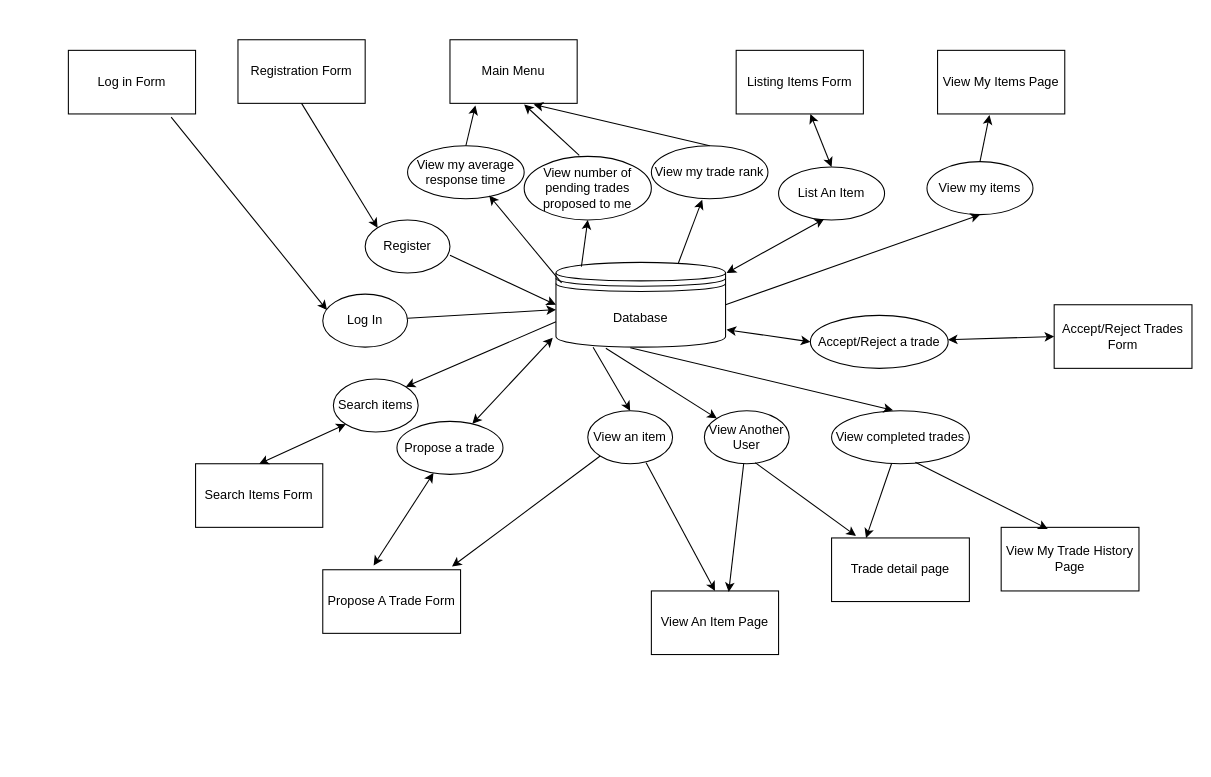
Earlier version of the draw.io diagram ifd.drawio (joshliuzh/cs6400). Source tidied: cells renumbered, new cells numbered last; positions are measured from the earlier drawing's top-left corner, leaving out a move shared by most shapes. Both pictures are drawn from the tidied source at 106%, with x=0, y=0 at pixel (68, 39).
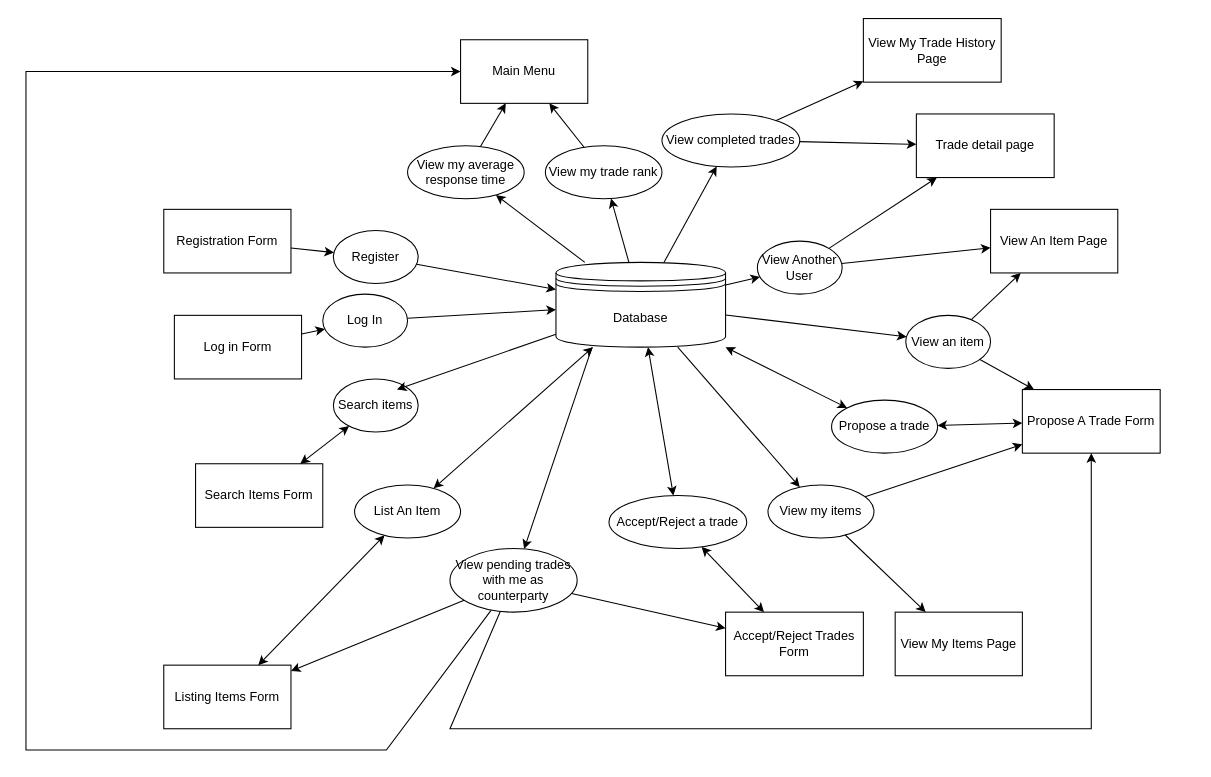
The same page after the edit.

The change refers to these unchanged cells:
```xml
<mxCell id="2" value="Database" style="shape=datastore;whiteSpace=wrap;html=1;" parent="1" vertex="1">
  <mxGeometry x="460" y="210" width="160" height="80" as="geometry" />
</mxCell>
<mxCell id="8" value="Search Items Form" style="rounded=0;whiteSpace=wrap;html=1;" parent="1" vertex="1">
  <mxGeometry x="120" y="400" width="120" height="60" as="geometry" />
</mxCell>
<mxCell id="14" value="Log In" style="ellipse;whiteSpace=wrap;html=1;" parent="1" vertex="1">
  <mxGeometry x="240" y="240" width="80" height="50" as="geometry" />
</mxCell>
<mxCell id="16" value="View my average response time" style="ellipse;whiteSpace=wrap;html=1;" parent="1" vertex="1">
  <mxGeometry x="320" y="100" width="110" height="50" as="geometry" />
</mxCell>
<mxCell id="32" value="Search items" style="ellipse;whiteSpace=wrap;html=1;" parent="1" vertex="1">
  <mxGeometry x="250" y="320" width="80" height="50" as="geometry" />
</mxCell>
```

What changed in the source:
```diff
@@
     <mxCell id="3" value="Log in Form" style="rounded=0;whiteSpace=wrap;html=1;" parent="1" vertex="1">
-      <mxGeometry y="10" width="120" height="60" as="geometry" />
+      <mxGeometry x="100" y="260" width="120" height="60" as="geometry" />
     </mxCell>
     <mxCell id="4" value="Registration Form" style="rounded=0;whiteSpace=wrap;html=1;" parent="1" vertex="1">
-      <mxGeometry x="160" width="120" height="60" as="geometry" />
+      <mxGeometry x="90" y="160" width="120" height="60" as="geometry" />
     </mxCell>
     <mxCell id="5" value="Main Menu" style="rounded=0;whiteSpace=wrap;html=1;" parent="1" vertex="1">
-      <mxGeometry x="360" width="120" height="60" as="geometry" />
+      <mxGeometry x="370" width="120" height="60" as="geometry" />
     </mxCell>
     <mxCell id="6" value="Listing Items Form" style="rounded=0;whiteSpace=wrap;html=1;" parent="1" vertex="1">
-      <mxGeometry x="630" y="10" width="120" height="60" as="geometry" />
+      <mxGeometry x="90" y="590" width="120" height="60" as="geometry" />
     </mxCell>
     <mxCell id="7" value="View My Items Page" style="rounded=0;whiteSpace=wrap;html=1;" parent="1" vertex="1">
-      <mxGeometry x="820" y="10" width="120" height="60" as="geometry" />
+      <mxGeometry x="780" y="540" width="120" height="60" as="geometry" />
     </mxCell>
@@
     <mxCell id="9" value="View An Item Page" style="rounded=0;whiteSpace=wrap;html=1;" parent="1" vertex="1">
-      <mxGeometry x="550" y="520" width="120" height="60" as="geometry" />
+      <mxGeometry x="870" y="160" width="120" height="60" as="geometry" />
     </mxCell>
     <mxCell id="10" value="Propose A Trade Form" style="rounded=0;whiteSpace=wrap;html=1;" parent="1" vertex="1">
-      <mxGeometry x="240" y="500" width="130" height="60" as="geometry" />
+      <mxGeometry x="900" y="330" width="130" height="60" as="geometry" />
     </mxCell>
     <mxCell id="11" value="Accept/Reject Trades Form" style="rounded=0;whiteSpace=wrap;html=1;" parent="1" vertex="1">
-      <mxGeometry x="930" y="250" width="130" height="60" as="geometry" />
+      <mxGeometry x="620" y="540" width="130" height="60" as="geometry" />
     </mxCell>
     <mxCell id="12" value="View My Trade History Page" style="rounded=0;whiteSpace=wrap;html=1;" parent="1" vertex="1">
-      <mxGeometry x="880" y="460" width="130" height="60" as="geometry" />
+      <mxGeometry x="750" y="-20" width="130" height="60" as="geometry" />
     </mxCell>
     <mxCell id="13" value="List An Item" style="ellipse;whiteSpace=wrap;html=1;" parent="1" vertex="1">
-      <mxGeometry x="670" y="120" width="100" height="50" as="geometry" />
+      <mxGeometry x="270" y="420" width="100" height="50" as="geometry" />
     </mxCell>
@@
     <mxCell id="15" value="Register" style="ellipse;whiteSpace=wrap;html=1;" parent="1" vertex="1">
-      <mxGeometry x="280" y="170" width="80" height="50" as="geometry" />
+      <mxGeometry x="250" y="180" width="80" height="50" as="geometry" />
     </mxCell>
@@
-    <mxCell id="17" value="View number of pending trades proposed to me" style="ellipse;whiteSpace=wrap;html=1;" parent="1" vertex="1">
-      <mxGeometry x="430" y="110" width="120" height="60" as="geometry" />
-    </mxCell>
     <mxCell id="18" value="View my trade rank" style="ellipse;whiteSpace=wrap;html=1;" parent="1" vertex="1">
-      <mxGeometry x="550" y="100" width="110" height="50" as="geometry" />
+      <mxGeometry x="450" y="100" width="110" height="50" as="geometry" />
     </mxCell>
-    <mxCell id="19" style="endArrow=classic;html=1;rounded=0;exitX=0.808;exitY=1.05;exitDx=0;exitDy=0;exitPerimeter=0;entryX=0.05;entryY=0.3;entryDx=0;entryDy=0;entryPerimeter=0;" parent="1" edge="1" source="3" target="14">
+    <mxCell id="19" style="endArrow=classic;html=1;rounded=0;" parent="1" edge="1" source="3" target="14">
       <mxGeometry relative="1" as="geometry" />
     </mxCell>
@@
-    <mxCell id="21" style="endArrow=classic;html=1;rounded=0;entryX=0;entryY=0.5;entryDx=0;entryDy=0;" parent="1" edge="1" target="2">
-      <mxGeometry relative="1" as="geometry">
-        <mxPoint x="360" y="203.4" as="sourcePoint" />
-      </mxGeometry>
+    <mxCell id="21" style="endArrow=classic;html=1;rounded=0;" parent="1" edge="1" source="15" target="2">
+      <mxGeometry relative="1" as="geometry" />
     </mxCell>
-    <mxCell id="22" style="endArrow=classic;html=1;rounded=0;entryX=0;entryY=0;entryDx=0;entryDy=0;exitX=0.5;exitY=1;exitDx=0;exitDy=0;" parent="1" edge="1" source="4" target="15">
+    <mxCell id="22" style="endArrow=classic;html=1;rounded=0;" parent="1" edge="1" source="4" target="15">
       <mxGeometry relative="1" as="geometry" />
     </mxCell>
-    <mxCell id="23" style="endArrow=classic;html=1;rounded=0;entryX=0.7;entryY=0.94;entryDx=0;entryDy=0;entryPerimeter=0;exitX=0.033;exitY=0.243;exitDx=0;exitDy=0;exitPerimeter=0;" parent="1" edge="1" source="2" target="16">
+    <mxCell id="23" style="endArrow=classic;html=1;rounded=0;" parent="1" edge="1" source="2" target="16">
       <mxGeometry relative="1" as="geometry" />
     </mxCell>
-    <mxCell id="24" style="endArrow=classic;html=1;rounded=0;entryX=0.5;entryY=1;entryDx=0;entryDy=0;exitX=0.15;exitY=0.05;exitDx=0;exitDy=0;exitPerimeter=0;" parent="1" edge="1" source="2" target="17">
-      <mxGeometry relative="1" as="geometry" />
-    </mxCell>
-    <mxCell id="25" style="endArrow=classic;html=1;rounded=0;entryX=0.436;entryY=1.02;entryDx=0;entryDy=0;exitX=0.722;exitY=0.007;exitDx=0;exitDy=0;exitPerimeter=0;entryPerimeter=0;" parent="1" edge="1" source="2" target="18">
+    <mxCell id="25" style="endArrow=classic;html=1;rounded=0;" parent="1" edge="1" source="2" target="18">
       <mxGeometry relative="1" as="geometry" />
     </mxCell>
-    <mxCell id="26" style="endArrow=classic;html=1;rounded=0;entryX=0.658;entryY=1.017;entryDx=0;entryDy=0;exitX=0.5;exitY=0;exitDx=0;exitDy=0;entryPerimeter=0;" parent="1" edge="1" source="18" target="5">
+    <mxCell id="26" style="endArrow=classic;html=1;rounded=0;" parent="1" edge="1" source="18" target="5">
       <mxGeometry relative="1" as="geometry" />
     </mxCell>
-    <mxCell id="27" style="endArrow=classic;html=1;rounded=0;exitX=0.433;exitY=-0.017;exitDx=0;exitDy=0;exitPerimeter=0;entryX=0.583;entryY=1.017;entryDx=0;entryDy=0;entryPerimeter=0;" parent="1" edge="1" source="17" target="5">
-      <mxGeometry relative="1" as="geometry" />
+    <mxCell id="27" style="endArrow=classic;html=1;rounded=0;" parent="1" edge="1" source="56" target="5">
+      <mxGeometry relative="1" as="geometry">
+        <Array as="points">
+          <mxPoint x="300" y="670" />
+          <mxPoint x="-40" y="670" />
+          <mxPoint x="-40" y="30" />
+        </Array>
+      </mxGeometry>
     </mxCell>
-    <mxCell id="28" style="endArrow=classic;html=1;rounded=0;exitX=0.5;exitY=0;exitDx=0;exitDy=0;entryX=0.2;entryY=1.033;entryDx=0;entryDy=0;entryPerimeter=0;" parent="1" edge="1" source="16" target="5">
+    <mxCell id="28" style="endArrow=classic;html=1;rounded=0;" parent="1" edge="1" source="16" target="5">
       <mxGeometry relative="1" as="geometry" />
     </mxCell>
     <mxCell id="29" value="View my items" style="ellipse;whiteSpace=wrap;html=1;" parent="1" vertex="1">
-      <mxGeometry x="810" y="115" width="100" height="50" as="geometry" />
+      <mxGeometry x="660" y="420" width="100" height="50" as="geometry" />
     </mxCell>
-    <mxCell id="30" style="endArrow=classic;html=1;rounded=0;entryX=0.5;entryY=1;entryDx=0;entryDy=0;exitX=1;exitY=0.5;exitDx=0;exitDy=0;" parent="1" edge="1" source="2" target="29">
+    <mxCell id="30" style="endArrow=classic;html=1;rounded=0;" parent="1" edge="1" source="2" target="29">
       <mxGeometry relative="1" as="geometry" />
     </mxCell>
-    <mxCell id="31" style="endArrow=classic;html=1;rounded=0;entryX=0.408;entryY=1.017;entryDx=0;entryDy=0;exitX=0.5;exitY=0;exitDx=0;exitDy=0;entryPerimeter=0;" parent="1" edge="1" source="29" target="7">
+    <mxCell id="31" style="endArrow=classic;html=1;rounded=0;" parent="1" edge="1" source="29" target="7">
       <mxGeometry relative="1" as="geometry" />
     </mxCell>
@@
-    <mxCell id="33" style="endArrow=classic;startArrow=classic;html=1;rounded=0;entryX=0;entryY=1;entryDx=0;entryDy=0;exitX=0.5;exitY=0;exitDx=0;exitDy=0;" parent="1" edge="1" source="8" target="32">
+    <mxCell id="33" style="endArrow=classic;startArrow=classic;html=1;rounded=0;" parent="1" edge="1" source="8" target="32">
       <mxGeometry relative="1" as="geometry" />
     </mxCell>
-    <mxCell id="34" style="endArrow=classic;html=1;rounded=0;entryX=1;entryY=0;entryDx=0;entryDy=0;exitX=0;exitY=0.7;exitDx=0;exitDy=0;" parent="1" edge="1" source="2" target="32">
-      <mxGeometry relative="1" as="geometry" />
+    <mxCell id="34" style="endArrow=classic;html=1;rounded=0;" parent="1" edge="1" source="2">
+      <mxGeometry relative="1" as="geometry">
+        <mxPoint x="310" y="330" as="targetPoint" />
+      </mxGeometry>
     </mxCell>
-    <mxCell id="35" style="endArrow=classic;startArrow=classic;html=1;rounded=0;exitX=0.5;exitY=0;exitDx=0;exitDy=0;" parent="1" edge="1" source="13">
-      <mxGeometry relative="1" as="geometry">
-        <mxPoint x="700" y="70" as="targetPoint" />
-      </mxGeometry>
+    <mxCell id="35" style="endArrow=classic;startArrow=classic;html=1;rounded=0;" parent="1" edge="1" source="13" target="6">
+      <mxGeometry relative="1" as="geometry" />
     </mxCell>
-    <mxCell id="36" style="endArrow=classic;startArrow=classic;html=1;rounded=0;exitX=1.006;exitY=0.125;exitDx=0;exitDy=0;entryX=0.43;entryY=0.98;entryDx=0;entryDy=0;entryPerimeter=0;exitPerimeter=0;" parent="1" edge="1" source="2" target="13">
+    <mxCell id="36" style="endArrow=classic;startArrow=classic;html=1;rounded=0;" parent="1" edge="1" source="2" target="13">
       <mxGeometry relative="1" as="geometry" />
     </mxCell>
     <mxCell id="37" value="View an item" style="ellipse;whiteSpace=wrap;html=1;" parent="1" vertex="1">
-      <mxGeometry x="490" y="350" width="80" height="50" as="geometry" />
+      <mxGeometry x="790" y="260" width="80" height="50" as="geometry" />
     </mxCell>
-    <mxCell id="38" style="endArrow=classic;html=1;rounded=0;entryX=0.5;entryY=0;entryDx=0;entryDy=0;exitX=0.219;exitY=1;exitDx=0;exitDy=0;exitPerimeter=0;" parent="1" edge="1" source="2" target="37">
+    <mxCell id="38" style="endArrow=classic;html=1;rounded=0;" parent="1" edge="1" source="2" target="37">
       <mxGeometry relative="1" as="geometry" />
     </mxCell>
-    <mxCell id="39" style="endArrow=classic;html=1;rounded=0;entryX=0.5;entryY=0;entryDx=0;entryDy=0;exitX=0.688;exitY=0.98;exitDx=0;exitDy=0;exitPerimeter=0;" parent="1" edge="1" source="37" target="9">
+    <mxCell id="39" style="endArrow=classic;html=1;rounded=0;" parent="1" edge="1" source="37" target="9">
       <mxGeometry relative="1" as="geometry" />
     </mxCell>
-    <mxCell id="40" style="endArrow=classic;startArrow=classic;html=1;rounded=0;entryX=-0.019;entryY=0.888;entryDx=0;entryDy=0;entryPerimeter=0;" parent="1" edge="1" source="41" target="2">
+    <mxCell id="40" style="endArrow=classic;startArrow=classic;html=1;rounded=0;" parent="1" edge="1" source="41" target="2">
       <mxGeometry relative="1" as="geometry" />
     </mxCell>
     <mxCell id="41" value="Propose a trade" style="ellipse;whiteSpace=wrap;html=1;" parent="1" vertex="1">
-      <mxGeometry x="310" y="360" width="100" height="50" as="geometry" />
+      <mxGeometry x="720" y="340" width="100" height="50" as="geometry" />
     </mxCell>
-    <mxCell id="42" style="endArrow=classic;startArrow=classic;html=1;rounded=0;entryX=0.369;entryY=-0.067;entryDx=0;entryDy=0;entryPerimeter=0;" parent="1" edge="1" source="41" target="10">
+    <mxCell id="42" style="endArrow=classic;startArrow=classic;html=1;rounded=0;" parent="1" edge="1" source="41" target="10">
       <mxGeometry relative="1" as="geometry" />
     </mxCell>
     <mxCell id="43" value="Accept/Reject a trade" style="ellipse;whiteSpace=wrap;html=1;" parent="1" vertex="1">
-      <mxGeometry x="700" y="260" width="130" height="50" as="geometry" />
+      <mxGeometry x="510" y="430" width="130" height="50" as="geometry" />
     </mxCell>
-    <mxCell id="44" style="endArrow=classic;startArrow=classic;html=1;rounded=0;exitX=0;exitY=0.5;exitDx=0;exitDy=0;" parent="1" edge="1" source="11" target="43">
+    <mxCell id="44" style="endArrow=classic;startArrow=classic;html=1;rounded=0;" parent="1" edge="1" source="11" target="43">
       <mxGeometry relative="1" as="geometry" />
     </mxCell>
     <mxCell id="45" value="View completed trades" style="ellipse;whiteSpace=wrap;html=1;" parent="1" vertex="1">
-      <mxGeometry x="720" y="350" width="130" height="50" as="geometry" />
+      <mxGeometry x="560" y="70" width="130" height="50" as="geometry" />
     </mxCell>
-    <mxCell id="46" style="endArrow=classic;startArrow=classic;html=1;rounded=0;entryX=1.006;entryY=0.794;entryDx=0;entryDy=0;exitX=0;exitY=0.5;exitDx=0;exitDy=0;entryPerimeter=0;" parent="1" edge="1" source="43" target="2">
+    <mxCell id="46" style="endArrow=classic;startArrow=classic;html=1;rounded=0;" parent="1" edge="1" source="43" target="2">
       <mxGeometry relative="1" as="geometry" />
     </mxCell>
     <mxCell id="47" value="Trade detail page" style="rounded=0;whiteSpace=wrap;html=1;" parent="1" vertex="1">
-      <mxGeometry x="720" y="470" width="130" height="60" as="geometry" />
+      <mxGeometry x="800" y="70" width="130" height="60" as="geometry" />
     </mxCell>
-    <mxCell id="48" style="endArrow=classic;html=1;rounded=0;exitX=0.438;exitY=1.006;exitDx=0;exitDy=0;entryX=0.446;entryY=-0.01;entryDx=0;entryDy=0;entryPerimeter=0;exitPerimeter=0;" parent="1" edge="1" source="2" target="45">
+    <mxCell id="48" style="endArrow=classic;html=1;rounded=0;" parent="1" edge="1" source="2" target="45">
       <mxGeometry relative="1" as="geometry" />
     </mxCell>
-    <mxCell id="49" style="endArrow=classic;html=1;rounded=0;exitX=0.608;exitY=0.97;exitDx=0;exitDy=0;entryX=0.338;entryY=0.025;entryDx=0;entryDy=0;exitPerimeter=0;entryPerimeter=0;" parent="1" edge="1" source="45" target="12">
+    <mxCell id="49" style="endArrow=classic;html=1;rounded=0;" parent="1" edge="1" source="45" target="12">
       <mxGeometry relative="1" as="geometry" />
     </mxCell>
-    <mxCell id="50" style="endArrow=classic;html=1;rounded=0;entryX=0.25;entryY=0;entryDx=0;entryDy=0;" parent="1" edge="1" source="45" target="47">
+    <mxCell id="50" style="endArrow=classic;html=1;rounded=0;" parent="1" edge="1" source="45" target="47">
       <mxGeometry relative="1" as="geometry" />
     </mxCell>
     <mxCell id="51" value="View Another User" style="ellipse;whiteSpace=wrap;html=1;" parent="1" vertex="1">
-      <mxGeometry x="600" y="350" width="80" height="50" as="geometry" />
+      <mxGeometry x="650" y="190" width="80" height="50" as="geometry" />
     </mxCell>
-    <mxCell id="52" style="endArrow=classic;html=1;rounded=0;exitX=0.294;exitY=1.013;exitDx=0;exitDy=0;exitPerimeter=0;" parent="1" edge="1" source="2" target="51">
+    <mxCell id="52" style="endArrow=classic;html=1;rounded=0;" parent="1" edge="1" source="2" target="51">
       <mxGeometry relative="1" as="geometry" />
     </mxCell>
-    <mxCell id="53" style="endArrow=classic;html=1;rounded=0;entryX=0.608;entryY=0.017;entryDx=0;entryDy=0;entryPerimeter=0;" parent="1" edge="1" source="51" target="9">
+    <mxCell id="53" style="endArrow=classic;html=1;rounded=0;" parent="1" edge="1" source="51" target="9">
       <mxGeometry relative="1" as="geometry" />
     </mxCell>
-    <mxCell id="54" style="endArrow=classic;html=1;rounded=0;entryX=0.177;entryY=-0.033;entryDx=0;entryDy=0;entryPerimeter=0;exitX=0.6;exitY=0.98;exitDx=0;exitDy=0;exitPerimeter=0;" parent="1" edge="1" source="51" target="47">
+    <mxCell id="54" style="endArrow=classic;html=1;rounded=0;" parent="1" edge="1" source="51" target="47">
       <mxGeometry relative="1" as="geometry" />
     </mxCell>
+    <mxCell id="56" value="View pending trades with me as counterparty" style="ellipse;whiteSpace=wrap;html=1;" parent="1" vertex="1">
+      <mxGeometry x="360" y="480" width="120" height="60" as="geometry" />
+    </mxCell>
+    <mxCell id="57" style="endArrow=classic;html=1;rounded=0;exitX=0.213;exitY=1;exitDx=0;exitDy=0;exitPerimeter=0;" parent="1" edge="1" source="2" target="56">
+      <mxGeometry relative="1" as="geometry" />
+    </mxCell>
-    <mxCell id="55" style="endArrow=classic;html=1;rounded=0;entryX=0.938;entryY=-0.05;entryDx=0;entryDy=0;exitX=0;exitY=1;exitDx=0;exitDy=0;entryPerimeter=0;" parent="1" edge="1" source="37" target="10">
+    <mxCell id="55" style="endArrow=classic;html=1;rounded=0;" parent="1" edge="1" source="37" target="10">
       <mxGeometry relative="1" as="geometry" />
     </mxCell>
+    <mxCell id="58" style="endArrow=classic;html=1;rounded=0;" parent="1" edge="1" source="56" target="6">
+      <mxGeometry relative="1" as="geometry" />
+    </mxCell>
+    <mxCell id="59" style="endArrow=classic;html=1;rounded=0;" parent="1" edge="1" source="56" target="10">
+      <mxGeometry relative="1" as="geometry">
+        <Array as="points">
+          <mxPoint x="360" y="650" />
+          <mxPoint x="965" y="650" />
+        </Array>
+      </mxGeometry>
+    </mxCell>
+    <mxCell id="60" style="endArrow=classic;html=1;rounded=0;" parent="1" edge="1" source="56" target="11">
+      <mxGeometry relative="1" as="geometry" />
+    </mxCell>
+    <mxCell id="61" style="endArrow=classic;html=1;rounded=0;" parent="1" edge="1" source="29" target="10">
+      <mxGeometry relative="1" as="geometry" />
+    </mxCell>
```
